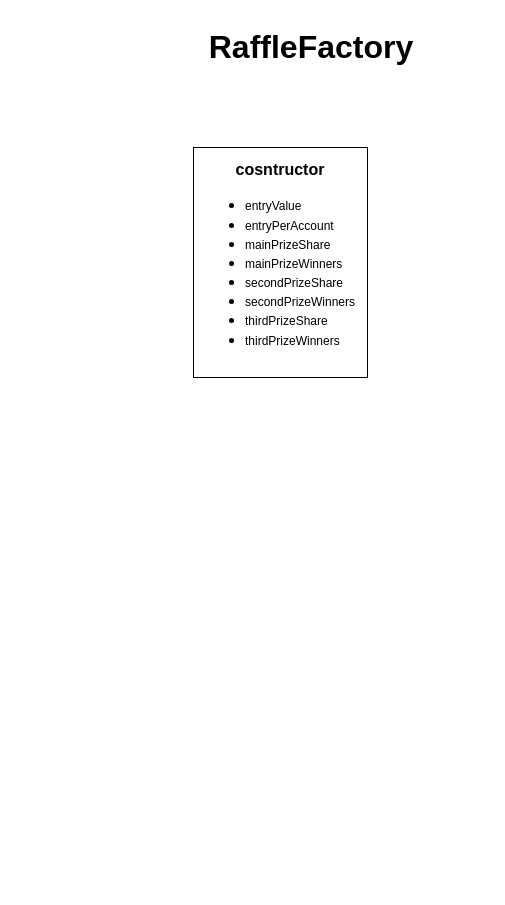
The draw.io diagram page "RaffleFactory" (2 of 2) of JetonsProject.drawio in DevABDee/JetonsProject, before the edit. Source tidied: cells renumbered, new cells numbered last; positions are measured from the earlier drawing's top-left corner, leaving out a move shared by most shapes. Both pictures are drawn from the tidied source at 100%, with x=0, y=0 at pixel (161, 17).
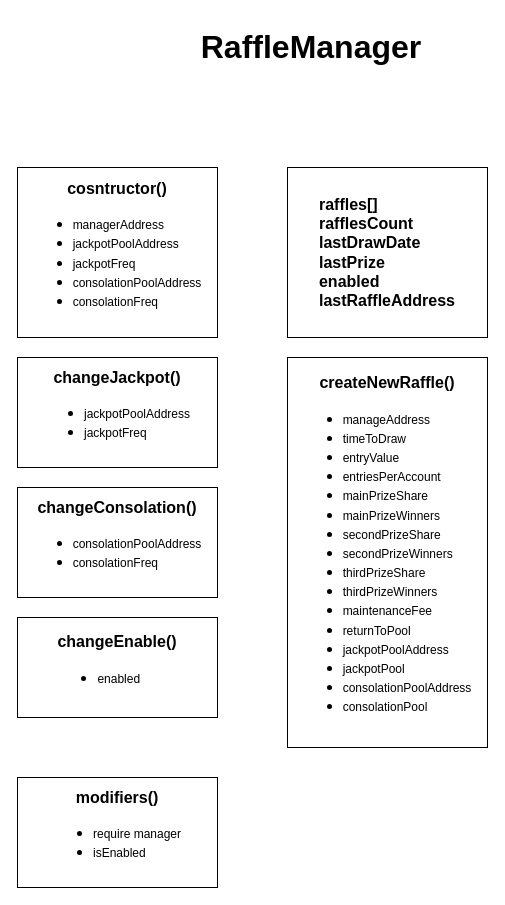
After the change.

Commit message (it also covers changes not shown here):
Raffle manager done

Change to the diagram source:
```diff
@@
 <mxGraphModel>
   <root>
     <mxCell id="0" />
     <mxCell id="1" parent="0" />
-    <mxCell id="2" value="RaffleFactory" style="text;html=1;strokeColor=none;fillColor=none;align=center;verticalAlign=middle;whiteSpace=wrap;rounded=0;fontSize=32;fontStyle=1;" parent="1" vertex="1">
+    <mxCell id="2" value="RaffleManager" style="text;html=1;strokeColor=none;fillColor=none;align=center;verticalAlign=middle;whiteSpace=wrap;rounded=0;fontSize=32;fontStyle=1;" parent="1" vertex="1">
       <mxGeometry width="300" height="60" as="geometry" />
     </mxCell>
-    <mxCell id="3" value="&lt;b&gt;cosntructor&lt;/b&gt;&lt;br&gt;&lt;ul&gt;&lt;li style=&quot;text-align: left;&quot;&gt;&lt;font style=&quot;font-size: 12px;&quot;&gt;entryValue&lt;/font&gt;&lt;/li&gt;&lt;li style=&quot;text-align: left;&quot;&gt;&lt;font style=&quot;font-size: 12px;&quot;&gt;entryPerAccount&lt;/font&gt;&lt;/li&gt;&lt;li style=&quot;text-align: left;&quot;&gt;&lt;font style=&quot;font-size: 12px;&quot;&gt;mainPrizeShare&lt;/font&gt;&lt;/li&gt;&lt;li style=&quot;text-align: left;&quot;&gt;&lt;font style=&quot;font-size: 12px;&quot;&gt;mainPrizeWinners&lt;/font&gt;&lt;/li&gt;&lt;li style=&quot;text-align: left;&quot;&gt;&lt;font style=&quot;font-size: 12px;&quot;&gt;secondPrizeShare&lt;/font&gt;&lt;/li&gt;&lt;li style=&quot;text-align: left;&quot;&gt;&lt;font style=&quot;font-size: 12px;&quot;&gt;secondPrizeWinners&lt;/font&gt;&lt;/li&gt;&lt;li style=&quot;text-align: left;&quot;&gt;&lt;font style=&quot;font-size: 12px;&quot;&gt;thirdPrizeShare&lt;/font&gt;&lt;/li&gt;&lt;li style=&quot;text-align: left;&quot;&gt;&lt;font style=&quot;font-size: 12px;&quot;&gt;thirdPrizeWinners&lt;/font&gt;&lt;/li&gt;&lt;/ul&gt;" style="rounded=0;whiteSpace=wrap;html=1;fontSize=16;" parent="1" vertex="1">
-      <mxGeometry x="32" y="130" width="174" height="230" as="geometry" />
+    <mxCell id="3" value="&lt;b&gt;cosntructor()&lt;/b&gt;&lt;br&gt;&lt;ul&gt;&lt;li style=&quot;text-align: left;&quot;&gt;&lt;font style=&quot;font-size: 12px;&quot;&gt;managerAddress&lt;/font&gt;&lt;/li&gt;&lt;li style=&quot;text-align: left;&quot;&gt;&lt;font style=&quot;font-size: 12px;&quot;&gt;jackpotPoolAddress&lt;/font&gt;&lt;/li&gt;&lt;li style=&quot;text-align: left;&quot;&gt;&lt;font style=&quot;font-size: 12px;&quot;&gt;jackpotFreq&lt;/font&gt;&lt;/li&gt;&lt;li style=&quot;text-align: left;&quot;&gt;&lt;font style=&quot;font-size: 12px;&quot;&gt;consolationPoolAddress&lt;/font&gt;&lt;/li&gt;&lt;li style=&quot;text-align: left;&quot;&gt;&lt;font style=&quot;font-size: 12px;&quot;&gt;consolationFreq&lt;/font&gt;&lt;/li&gt;&lt;/ul&gt;" style="rounded=0;whiteSpace=wrap;html=1;fontSize=16;" parent="1" vertex="1">
+      <mxGeometry x="-144" y="150" width="200" height="170" as="geometry" />
     </mxCell>
+    <mxCell id="4" value="&lt;b&gt;createNewRaffle()&lt;/b&gt;&lt;br&gt;&lt;ul&gt;&lt;li style=&quot;text-align: left;&quot;&gt;&lt;font style=&quot;font-size: 12px;&quot;&gt;manageAddress&lt;/font&gt;&lt;/li&gt;&lt;li style=&quot;text-align: left;&quot;&gt;&lt;font style=&quot;font-size: 12px;&quot;&gt;timeToDraw&lt;/font&gt;&lt;/li&gt;&lt;li style=&quot;text-align: left;&quot;&gt;&lt;font style=&quot;font-size: 12px;&quot;&gt;entryValue&lt;/font&gt;&lt;/li&gt;&lt;li style=&quot;text-align: left;&quot;&gt;&lt;font style=&quot;font-size: 12px;&quot;&gt;entriesPerAccount&lt;/font&gt;&lt;/li&gt;&lt;li style=&quot;text-align: left;&quot;&gt;&lt;font style=&quot;font-size: 12px;&quot;&gt;mainPrizeShare&lt;/font&gt;&lt;/li&gt;&lt;li style=&quot;text-align: left;&quot;&gt;&lt;font style=&quot;font-size: 12px;&quot;&gt;mainPrizeWinners&lt;/font&gt;&lt;/li&gt;&lt;li style=&quot;text-align: left;&quot;&gt;&lt;font style=&quot;font-size: 12px;&quot;&gt;secondPrizeShare&lt;/font&gt;&lt;/li&gt;&lt;li style=&quot;text-align: left;&quot;&gt;&lt;font style=&quot;font-size: 12px;&quot;&gt;secondPrizeWinners&lt;/font&gt;&lt;/li&gt;&lt;li style=&quot;text-align: left;&quot;&gt;&lt;font style=&quot;font-size: 12px;&quot;&gt;thirdPrizeShare&lt;/font&gt;&lt;/li&gt;&lt;li style=&quot;text-align: left;&quot;&gt;&lt;font style=&quot;font-size: 12px;&quot;&gt;thirdPrizeWinners&lt;/font&gt;&lt;/li&gt;&lt;li style=&quot;text-align: left;&quot;&gt;&lt;font style=&quot;font-size: 12px;&quot;&gt;maintenanceFee&lt;/font&gt;&lt;/li&gt;&lt;li style=&quot;text-align: left;&quot;&gt;&lt;font style=&quot;font-size: 12px;&quot;&gt;returnToPool&lt;/font&gt;&lt;/li&gt;&lt;li style=&quot;text-align: left;&quot;&gt;&lt;font style=&quot;font-size: 12px;&quot;&gt;jackpotPoolAddress&lt;/font&gt;&lt;/li&gt;&lt;li style=&quot;text-align: left;&quot;&gt;&lt;font style=&quot;font-size: 12px;&quot;&gt;jackpotPool&lt;/font&gt;&lt;/li&gt;&lt;li style=&quot;text-align: left;&quot;&gt;&lt;font style=&quot;font-size: 12px;&quot;&gt;consolationPoolAddress&lt;/font&gt;&lt;/li&gt;&lt;li style=&quot;text-align: left;&quot;&gt;&lt;font style=&quot;font-size: 12px;&quot;&gt;consolationPool&lt;/font&gt;&lt;/li&gt;&lt;/ul&gt;" style="rounded=0;whiteSpace=wrap;html=1;fontSize=16;" parent="1" vertex="1">
+      <mxGeometry x="126" y="340" width="200" height="390" as="geometry" />
+    </mxCell>
+    <mxCell id="5" style="edgeStyle=orthogonalEdgeStyle;rounded=0;orthogonalLoop=1;jettySize=auto;html=1;exitX=0.5;exitY=1;exitDx=0;exitDy=0;fontSize=12;" parent="1" edge="1" source="4" target="4">
+      <mxGeometry relative="1" as="geometry" />
+    </mxCell>
+    <mxCell id="6" value="&lt;b&gt;changeJackpot()&lt;br&gt;&lt;/b&gt;&lt;ul&gt;&lt;li style=&quot;text-align: left;&quot;&gt;&lt;font style=&quot;font-size: 12px;&quot;&gt;jackpotPoolAddress&lt;/font&gt;&lt;/li&gt;&lt;li style=&quot;text-align: left;&quot;&gt;&lt;font style=&quot;font-size: 12px;&quot;&gt;jackpotFreq&lt;br&gt;&lt;/font&gt;&lt;/li&gt;&lt;/ul&gt;" style="rounded=0;whiteSpace=wrap;html=1;fontSize=16;" parent="1" vertex="1">
+      <mxGeometry x="-144" y="340" width="200" height="110" as="geometry" />
+    </mxCell>
+    <mxCell id="7" value="&lt;b&gt;changeConsolation()&lt;/b&gt;&lt;br&gt;&lt;ul&gt;&lt;li style=&quot;text-align: left;&quot;&gt;&lt;span style=&quot;font-size: 12px; background-color: initial;&quot;&gt;consolationPoolAddress&lt;/span&gt;&lt;br&gt;&lt;/li&gt;&lt;li style=&quot;text-align: left;&quot;&gt;&lt;span style=&quot;font-size: 12px; background-color: initial;&quot;&gt;consolationFreq&lt;/span&gt;&lt;br&gt;&lt;/li&gt;&lt;/ul&gt;" style="rounded=0;whiteSpace=wrap;html=1;fontSize=16;" parent="1" vertex="1">
+      <mxGeometry x="-144" y="470" width="200" height="110" as="geometry" />
+    </mxCell>
+    <mxCell id="8" value="&lt;b&gt;modifiers()&lt;/b&gt;&lt;br&gt;&lt;ul&gt;&lt;li style=&quot;text-align: left;&quot;&gt;&lt;span style=&quot;font-size: 12px;&quot;&gt;require manager&lt;/span&gt;&lt;/li&gt;&lt;li style=&quot;text-align: left;&quot;&gt;&lt;span style=&quot;font-size: 12px;&quot;&gt;isEnabled&lt;/span&gt;&lt;/li&gt;&lt;/ul&gt;" style="rounded=0;whiteSpace=wrap;html=1;fontSize=16;" parent="1" vertex="1">
+      <mxGeometry x="-144" y="760" width="200" height="110" as="geometry" />
+    </mxCell>
+    <mxCell id="9" value="&lt;div style=&quot;text-align: left;&quot;&gt;&lt;b style=&quot;background-color: initial;&quot;&gt;raffles[]&lt;/b&gt;&lt;/div&gt;&lt;b&gt;&lt;div style=&quot;text-align: left;&quot;&gt;&lt;b style=&quot;background-color: initial;&quot;&gt;rafflesCount&lt;/b&gt;&lt;/div&gt;&lt;div style=&quot;text-align: left;&quot;&gt;&lt;b style=&quot;background-color: initial;&quot;&gt;lastDrawDate&lt;/b&gt;&lt;/div&gt;&lt;div style=&quot;text-align: left;&quot;&gt;&lt;b style=&quot;background-color: initial;&quot;&gt;lastPrize&lt;/b&gt;&lt;/div&gt;&lt;div style=&quot;text-align: left;&quot;&gt;&lt;b style=&quot;background-color: initial;&quot;&gt;enabled&lt;/b&gt;&lt;/div&gt;&lt;div style=&quot;text-align: left;&quot;&gt;&lt;b style=&quot;background-color: initial;&quot;&gt;lastRaffleAddress&lt;/b&gt;&lt;/div&gt;&lt;/b&gt;" style="rounded=0;whiteSpace=wrap;html=1;fontSize=16;" parent="1" vertex="1">
+      <mxGeometry x="126" y="150" width="200" height="170" as="geometry" />
+    </mxCell>
+    <mxCell id="10" value="&lt;b&gt;changeEnable()&lt;br&gt;&lt;/b&gt;&lt;ul&gt;&lt;li style=&quot;text-align: left;&quot;&gt;&lt;span style=&quot;font-size: 12px;&quot;&gt;enabled&lt;/span&gt;&lt;/li&gt;&lt;/ul&gt;" style="rounded=0;whiteSpace=wrap;html=1;fontSize=16;" parent="1" vertex="1">
+      <mxGeometry x="-144" y="600" width="200" height="100" as="geometry" />
+    </mxCell>
   </root>
 </mxGraphModel>
```
